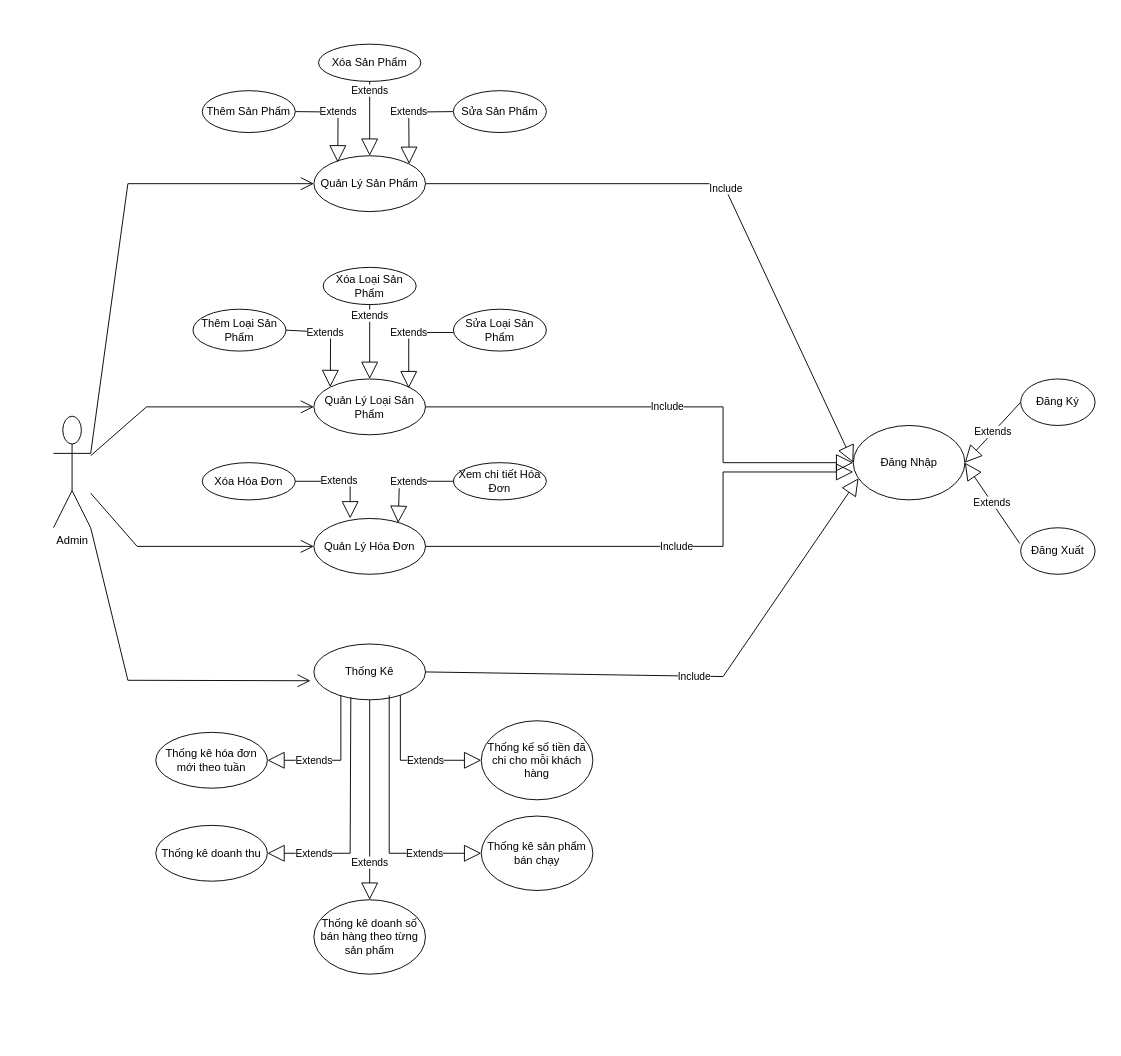
TOB0451/kiemthu keeps this draw.io diagram as page "Admin" (1 of 2) of Biểu đồ không có tiêu đề.drawio. Above is the earlier version. Source tidied: cells renumbered, new cells numbered last; positions are measured from the earlier drawing's top-left corner, leaving out a move shared by most shapes. Both pictures are drawn from the tidied source at 93%, with x=0, y=0 at pixel (53, 44).
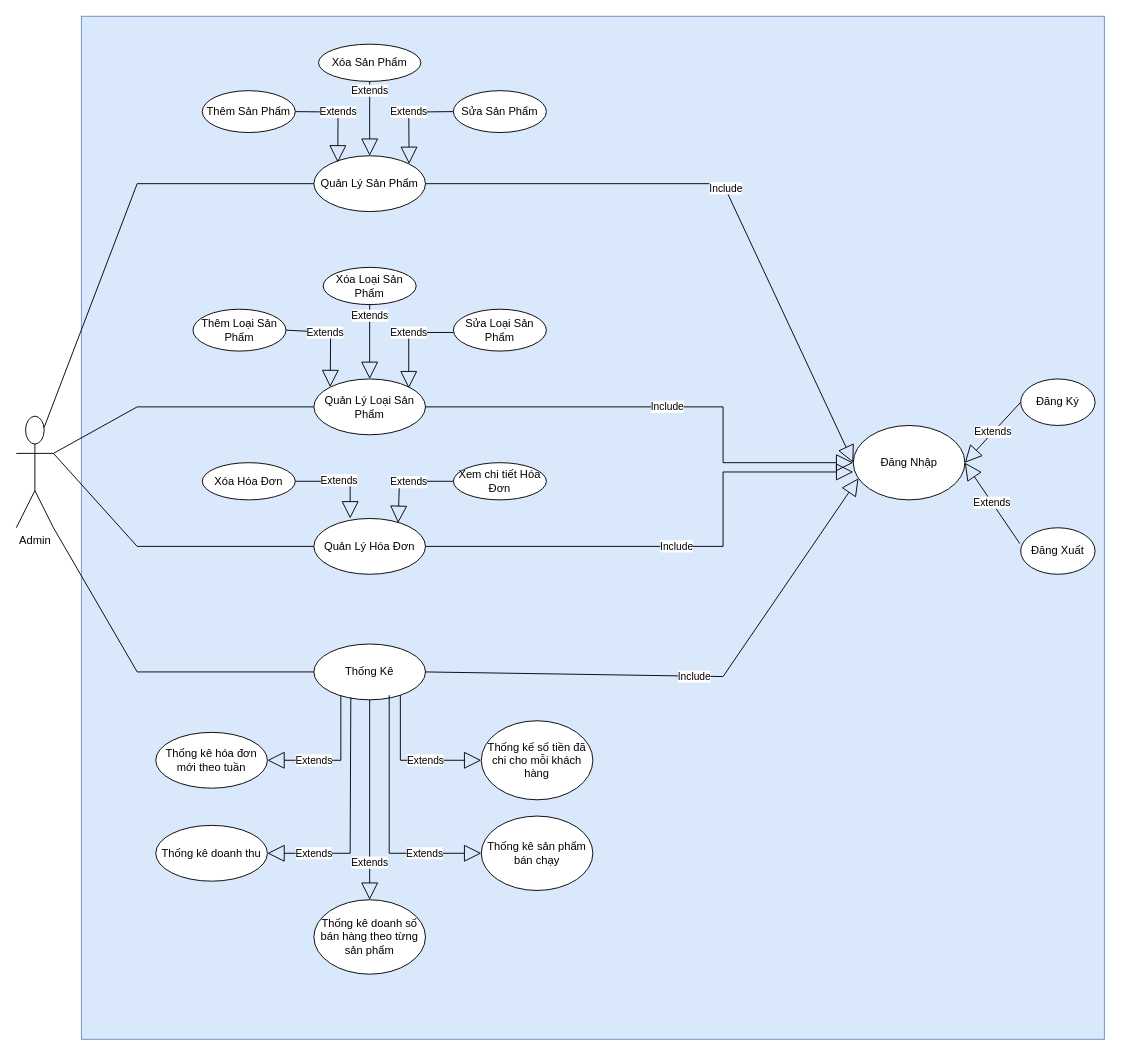
Above is the later version.

The change refers to these unchanged cells:
```xml
<mxCell id="3" value="Quản Lý Sản Phẩm" style="ellipse;whiteSpace=wrap;html=1;" parent="1" vertex="1">
  <mxGeometry x="280" y="120" width="120" height="60" as="geometry" />
</mxCell>
<mxCell id="6" value="Quản Lý Loại Sản Phẩm" style="ellipse;whiteSpace=wrap;html=1;" parent="1" vertex="1">
  <mxGeometry x="280" y="360" width="120" height="60" as="geometry" />
</mxCell>
<mxCell id="17" value="Quản Lý Hóa Đơn" style="ellipse;whiteSpace=wrap;html=1;" parent="1" vertex="1">
  <mxGeometry x="280" y="510" width="120" height="60" as="geometry" />
</mxCell>
<mxCell id="22" value="Thống Kê" style="ellipse;whiteSpace=wrap;html=1;" parent="1" vertex="1">
  <mxGeometry x="280" y="645" width="120" height="60" as="geometry" />
</mxCell>
```

The edit, as a diff of the source:
```diff
@@
+    <mxCell id="46" style="whiteSpace=wrap;html=1;fillColor=#dae8fc;strokeColor=#6c8ebf;" parent="1" vertex="1">
+      <mxGeometry x="30" y="-30" width="1100" height="1100" as="geometry" />
+    </mxCell>
     <mxCell id="2" value="Admin" style="shape=umlActor;verticalLabelPosition=bottom;verticalAlign=top;html=1;outlineConnect=0;" parent="1" vertex="1">
-      <mxGeometry y="400" width="40" height="120" as="geometry" />
+      <mxGeometry x="-40" y="400" width="40" height="120" as="geometry" />
     </mxCell>
@@
-    <mxCell id="42" style="endArrow=open;endFill=1;endSize=12;html=1;rounded=0;entryX=0;entryY=0.5;entryDx=0;entryDy=0;" parent="1" edge="1" source="2" target="17">
-      <mxGeometry relative="1" as="geometry">
-        <Array as="points">
-          <mxPoint x="90" y="540" />
-        </Array>
-      </mxGeometry>
-    </mxCell>
+    <mxCell id="47" style="endArrow=none;html=1;rounded=0;strokeColor=default;exitX=0.75;exitY=0.1;exitDx=0;exitDy=0;exitPerimeter=0;entryX=0;entryY=0.5;entryDx=0;entryDy=0;" parent="1" edge="1" source="2" target="3">
+      <mxGeometry relative="1" as="geometry">
+        <Array as="points">
+          <mxPoint x="90" y="150" />
+        </Array>
+      </mxGeometry>
+    </mxCell>
-    <mxCell id="43" style="endArrow=open;endFill=1;endSize=12;html=1;rounded=0;entryX=0;entryY=0.5;entryDx=0;entryDy=0;" parent="1" edge="1" source="2" target="6">
+    <mxCell id="43" style="endArrow=none;html=1;rounded=0;strokeColor=default;entryX=0;entryY=0.5;entryDx=0;entryDy=0;exitX=1;exitY=0.3333333333333333;exitDx=0;exitDy=0;exitPerimeter=0;" parent="1" edge="1" source="2" target="6">
       <mxGeometry relative="1" as="geometry">
         <Array as="points">
-          <mxPoint x="100" y="390" />
+          <mxPoint x="90" y="390" />
         </Array>
       </mxGeometry>
     </mxCell>
-    <mxCell id="44" style="endArrow=open;endFill=1;endSize=12;html=1;rounded=0;entryX=0;entryY=0.5;entryDx=0;entryDy=0;" parent="1" edge="1" target="3">
-      <mxGeometry relative="1" as="geometry">
-        <mxPoint x="40" y="440" as="sourcePoint" />
-        <Array as="points">
-          <mxPoint x="80" y="150" />
-        </Array>
-      </mxGeometry>
-    </mxCell>
+    <mxCell id="48" style="endArrow=none;html=1;rounded=0;strokeColor=default;entryX=0;entryY=0.5;entryDx=0;entryDy=0;" parent="1" edge="1" target="17">
+      <mxGeometry relative="1" as="geometry">
+        <mxPoint y="440" as="sourcePoint" />
+        <Array as="points">
+          <mxPoint x="90" y="540" />
+        </Array>
+      </mxGeometry>
+    </mxCell>
-    <mxCell id="45" style="endArrow=open;endFill=1;endSize=12;html=1;rounded=0;entryX=-0.03;entryY=0.658;entryDx=0;entryDy=0;exitX=1;exitY=1;exitDx=0;exitDy=0;exitPerimeter=0;entryPerimeter=0;" parent="1" edge="1" source="2" target="22">
+    <mxCell id="45" style="endArrow=none;html=1;rounded=0;strokeColor=default;exitX=1;exitY=1;exitDx=0;exitDy=0;exitPerimeter=0;entryX=0;entryY=0.5;entryDx=0;entryDy=0;" parent="1" edge="1" source="2" target="22">
       <mxGeometry relative="1" as="geometry">
         <Array as="points">
-          <mxPoint x="80" y="684" />
+          <mxPoint x="90" y="675" />
         </Array>
       </mxGeometry>
     </mxCell>
```
